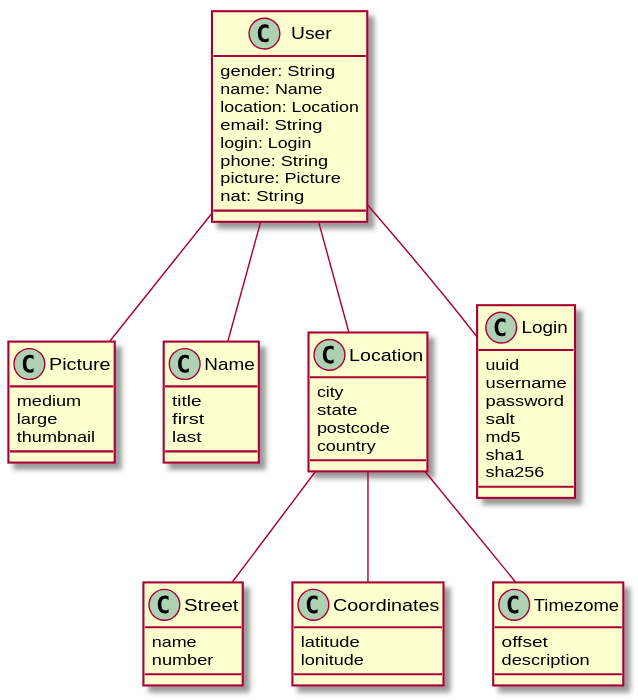
The PlantUML diagram assets/images/fullstack-webapp-guide/data_structure_diagram.svg in ndlarsen/ndlarsen.github.io, before a commit.
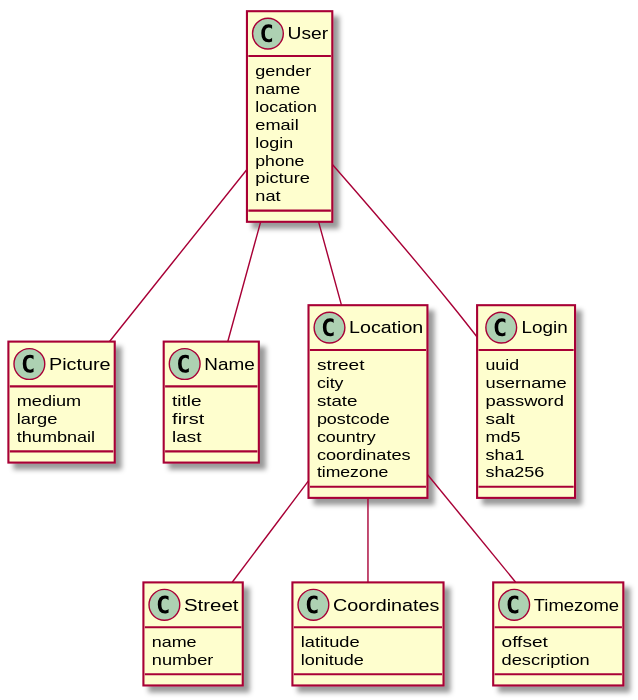
After the commit.

Commit message:
Updated post and uml diagram.

What changed in the source:
```diff
@@ -1,16 +1,15 @@
 @startuml
 
 class User {
-    gender: String
-    name: Name
-    location: Location
-    email: String
-    login: Login
-    phone: String
-    picture: Picture
-    nat: String
+    gender
+    name
+    location
+    email
+    login
+    phone
+    picture
+    nat
 }
-
 
 class Picture {
     medium
@@ -27,10 +26,13 @@
 User -- Name
 
 class Location {
+    street
     city
     state
     postcode
     country
+    coordinates
+    timezone
 }
 
 User -- Location
```
